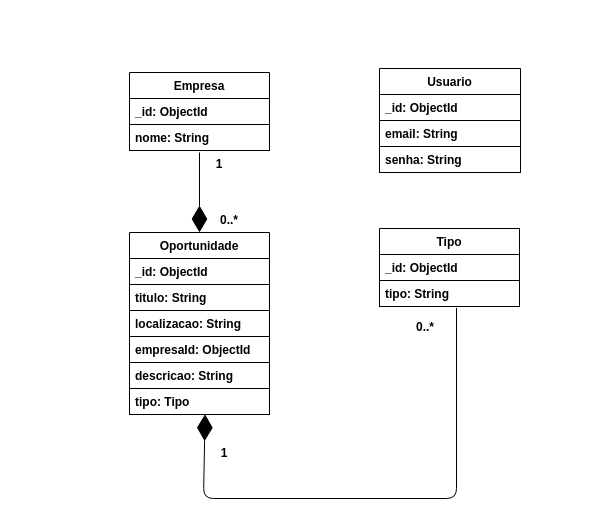
Above: docs/NoAM.drawio in FatecFranca/DSM-G01-PI3-2024-2 (draw.io), before the change. Source tidied: cells renumbered, new cells numbered last; positions are measured from the earlier drawing's top-left corner, leaving out a move shared by most shapes. Both pictures are drawn from the tidied source at 100%, with x=0, y=0 at pixel (16, 16).
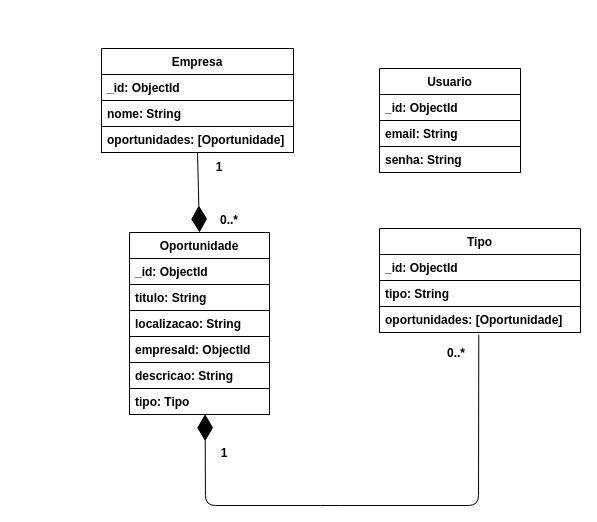
After the change.

The change refers to these unchanged cells:
```xml
<mxCell id="6" value="Oportunidade" style="swimlane;fontStyle=1;horizontal=1;startSize=26;fillColor=none;fontColor=#000000;strokeColor=#000000;" parent="1" vertex="1">
  <mxGeometry x="113" y="216" width="140" height="182" as="geometry" />
</mxCell>
<mxCell id="12" value="tipo: Tipo" style="text;strokeColor=#000000;fillColor=none;align=left;verticalAlign=top;spacingLeft=4;spacingRight=4;overflow=hidden;points=[[0,0.5],[1,0.5]];portConstraint=eastwest;fontColor=#000000;fontStyle=1;" parent="6" vertex="1">
  <mxGeometry y="156" width="140" height="26" as="geometry" />
</mxCell>
```

What changed in the source:
```diff
@@
     <mxCell id="3" value="Empresa" style="swimlane;fontStyle=1;horizontal=1;startSize=26;fillColor=none;fontColor=#000000;strokeColor=#000000;" parent="1" vertex="1">
-      <mxGeometry x="113" y="56" width="140" height="78" as="geometry" />
+      <mxGeometry x="85" y="32" width="192" height="104" as="geometry" />
     </mxCell>
     <mxCell id="4" value="_id: ObjectId" style="text;strokeColor=#000000;fillColor=none;align=left;verticalAlign=top;spacingLeft=4;spacingRight=4;overflow=hidden;fontColor=#000000;fontStyle=1;" parent="3" vertex="1">
-      <mxGeometry y="26" width="140" height="26" as="geometry" />
+      <mxGeometry y="26" width="192" height="26" as="geometry" />
     </mxCell>
     <mxCell id="5" value="nome: String" style="text;strokeColor=#000000;fillColor=none;align=left;verticalAlign=top;spacingLeft=4;spacingRight=4;overflow=hidden;fontColor=#000000;fontStyle=1;" parent="3" vertex="1">
-      <mxGeometry y="52" width="140" height="26" as="geometry" />
+      <mxGeometry y="52" width="192" height="26" as="geometry" />
     </mxCell>
+    <mxCell id="26" value="oportunidades: [Oportunidade]" style="text;strokeColor=#000000;fillColor=none;align=left;verticalAlign=top;spacingLeft=4;spacingRight=4;overflow=hidden;fontColor=#000000;fontStyle=1;" parent="3" vertex="1">
+      <mxGeometry y="78" width="192" height="26" as="geometry" />
+    </mxCell>
@@
-    <mxCell id="13" style="endArrow=diamondThin;endFill=1;endSize=24;html=1;entryX=0.5;entryY=0;entryDx=0;entryDy=0;fontColor=#000000;fontStyle=1;strokeColor=#000000;" parent="1" edge="1" target="6">
-      <mxGeometry relative="1" as="geometry">
-        <mxPoint x="183" y="136" as="sourcePoint" />
-      </mxGeometry>
+    <mxCell id="13" style="endArrow=diamondThin;endFill=1;endSize=24;html=1;entryX=0.5;entryY=0;entryDx=0;entryDy=0;fontColor=#000000;fontStyle=1;strokeColor=#000000;exitX=0.225;exitY=-0.012;exitDx=0;exitDy=0;exitPerimeter=0;" parent="1" edge="1" source="15" target="6">
+      <mxGeometry relative="1" as="geometry" />
     </mxCell>
@@
     <mxCell id="15" value="1" style="text;align=center;fontStyle=1;verticalAlign=middle;spacingLeft=3;spacingRight=3;strokeColor=none;points=[[0,0.5],[1,0.5]];portConstraint=eastwest;fontColor=#000000;" parent="1" vertex="1">
-      <mxGeometry x="163" y="134" width="80" height="26" as="geometry" />
+      <mxGeometry x="163" y="136" width="80" height="27" as="geometry" />
     </mxCell>
@@
     <mxCell id="20" value="Tipo" style="swimlane;fontStyle=1;horizontal=1;startSize=26;fillColor=none;fontColor=#000000;strokeColor=#000000;" parent="1" vertex="1">
-      <mxGeometry x="363" y="212" width="140" height="78" as="geometry" />
+      <mxGeometry x="363" y="212" width="201" height="104" as="geometry" />
     </mxCell>
     <mxCell id="21" value="_id: ObjectId" style="text;strokeColor=#000000;fillColor=none;align=left;verticalAlign=top;spacingLeft=4;spacingRight=4;overflow=hidden;fontColor=#000000;fontStyle=1;" parent="20" vertex="1">
-      <mxGeometry y="26" width="140" height="26" as="geometry" />
+      <mxGeometry y="26" width="201" height="26" as="geometry" />
     </mxCell>
     <mxCell id="22" value="tipo: String" style="text;strokeColor=#000000;fillColor=none;align=left;verticalAlign=top;spacingLeft=4;spacingRight=4;overflow=hidden;points=[[0,0.5],[1,0.5]];portConstraint=eastwest;fontColor=#000000;fontStyle=1;" parent="20" vertex="1">
-      <mxGeometry y="52" width="140" height="26" as="geometry" />
+      <mxGeometry y="52" width="201" height="26" as="geometry" />
     </mxCell>
+    <mxCell id="27" value="oportunidades: [Oportunidade]" style="text;strokeColor=#000000;fillColor=none;align=left;verticalAlign=top;spacingLeft=4;spacingRight=4;overflow=hidden;points=[[0,0.5],[1,0.5]];portConstraint=eastwest;fontColor=#000000;fontStyle=1;" parent="20" vertex="1">
+      <mxGeometry y="78" width="201" height="26" as="geometry" />
+    </mxCell>
-    <mxCell id="23" style="endArrow=diamondThin;endFill=1;endSize=24;html=1;entryX=0.54;entryY=0.989;entryDx=0;entryDy=0;exitX=0.55;exitY=1.055;exitDx=0;exitDy=0;exitPerimeter=0;strokeColor=#000000;entryPerimeter=0;" parent="1" edge="1" source="22" target="12">
+    <mxCell id="23" style="endArrow=diamondThin;endFill=1;endSize=24;html=1;entryX=0.54;entryY=0.989;entryDx=0;entryDy=0;strokeColor=#000000;entryPerimeter=0;exitX=0.494;exitY=1.09;exitDx=0;exitDy=0;exitPerimeter=0;" parent="1" edge="1" source="27" target="12">
       <mxGeometry relative="1" as="geometry">
         <Array as="points">
-          <mxPoint x="440" y="482" />
-          <mxPoint x="187" y="482" />
+          <mxPoint x="462" y="489" />
+          <mxPoint x="314" y="489" />
+          <mxPoint x="189" y="489" />
         </Array>
       </mxGeometry>
     </mxCell>
@@
     <mxCell id="25" value="0..*" style="text;align=center;fontStyle=1;verticalAlign=middle;spacingLeft=3;spacingRight=3;strokeColor=none;fontColor=#000000;" parent="1" vertex="1">
-      <mxGeometry x="369" y="297" width="80" height="26" as="geometry" />
+      <mxGeometry x="400" y="323" width="80" height="26" as="geometry" />
     </mxCell>
```
